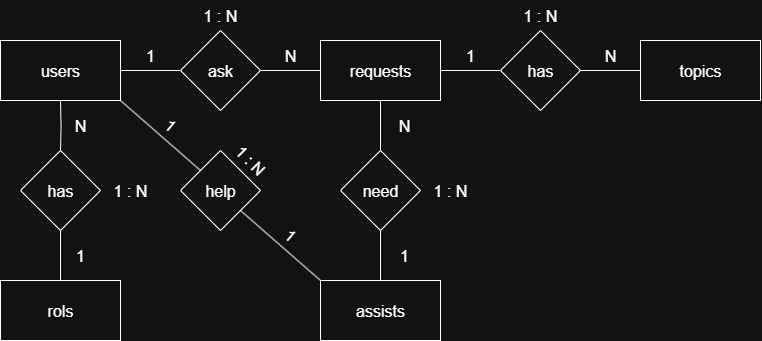
jemb4/project-spring-support-app keeps this draw.io diagram as assets/ER-chen-diagram.png. Above is the earlier version. Source tidied: cells renumbered, new cells last; positions are measured from the earlier drawing's top-left corner, leaving out a move shared by most shapes.
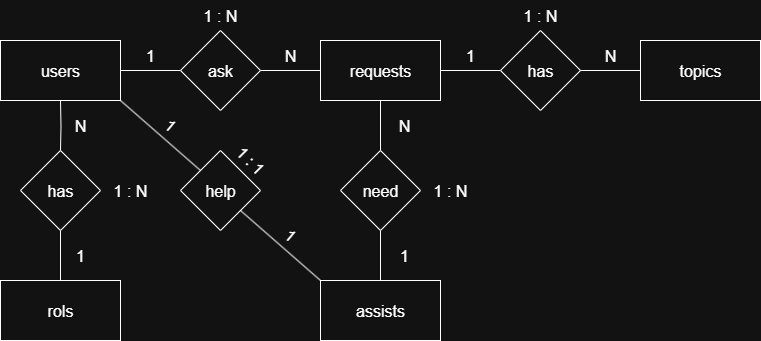
Above is the later version.

Change to the diagram source:
```diff
@@ -109,7 +109,7 @@
     <mxCell id="35" value="&lt;font style=&quot;font-size: 16px;&quot;&gt;1 : N&lt;/font&gt;" style="text;html=1;align=center;verticalAlign=middle;whiteSpace=wrap;rounded=0;" parent="1" vertex="1">
       <mxGeometry x="100" y="175" width="60" height="30" as="geometry" />
     </mxCell>
-    <mxCell id="36" value="&lt;font style=&quot;font-size: 16px;&quot;&gt;1 : N&lt;/font&gt;" style="text;html=1;align=center;verticalAlign=middle;whiteSpace=wrap;rounded=0;rotation=45;" parent="1" vertex="1">
+    <mxCell id="36" value="&lt;font style=&quot;font-size: 16px;&quot;&gt;1 : 1&lt;/font&gt;" style="text;html=1;align=center;verticalAlign=middle;whiteSpace=wrap;rounded=0;rotation=45;" parent="1" vertex="1">
       <mxGeometry x="220" y="145" width="60" height="30" as="geometry" />
     </mxCell>
   </root>
```
